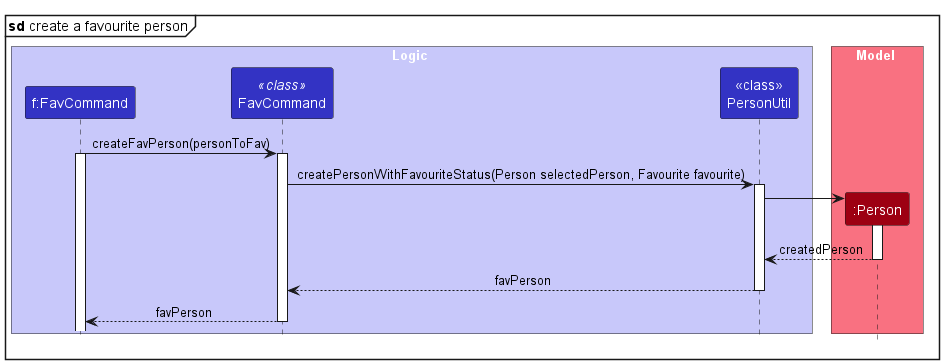
Above: docs/images/FavRefSequenceDiagram.png in whitesnowx/tp (PlantUML), before the change. Its source is kept beside it as docs/diagrams/FavRefSequenceDiagram.puml.
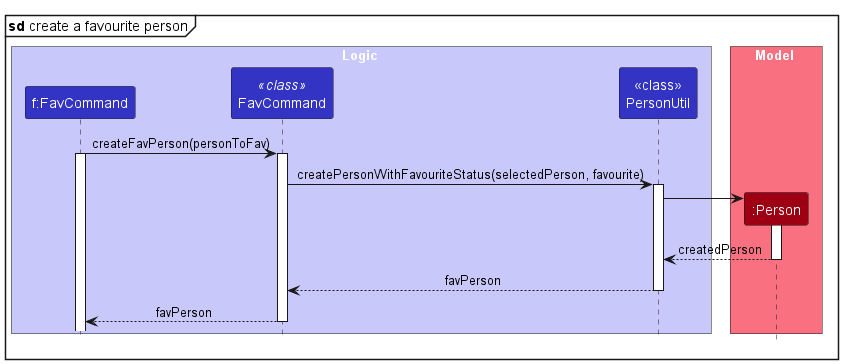
After the change.

Commit message:
Omit data types in `fav` and `unfav` sequence diagrams

The edit, as a diff of the source:
```diff
@@ -18,7 +18,7 @@
 activate FavCommand
 activate FavCommand1
 
-FavCommand1 -> PersonUtil : createPersonWithFavouriteStatus(Person selectedPerson, Favourite favourite)
+FavCommand1 -> PersonUtil : createPersonWithFavouriteStatus(selectedPerson, favourite)
 activate PersonUtil
 
 create Person
```
